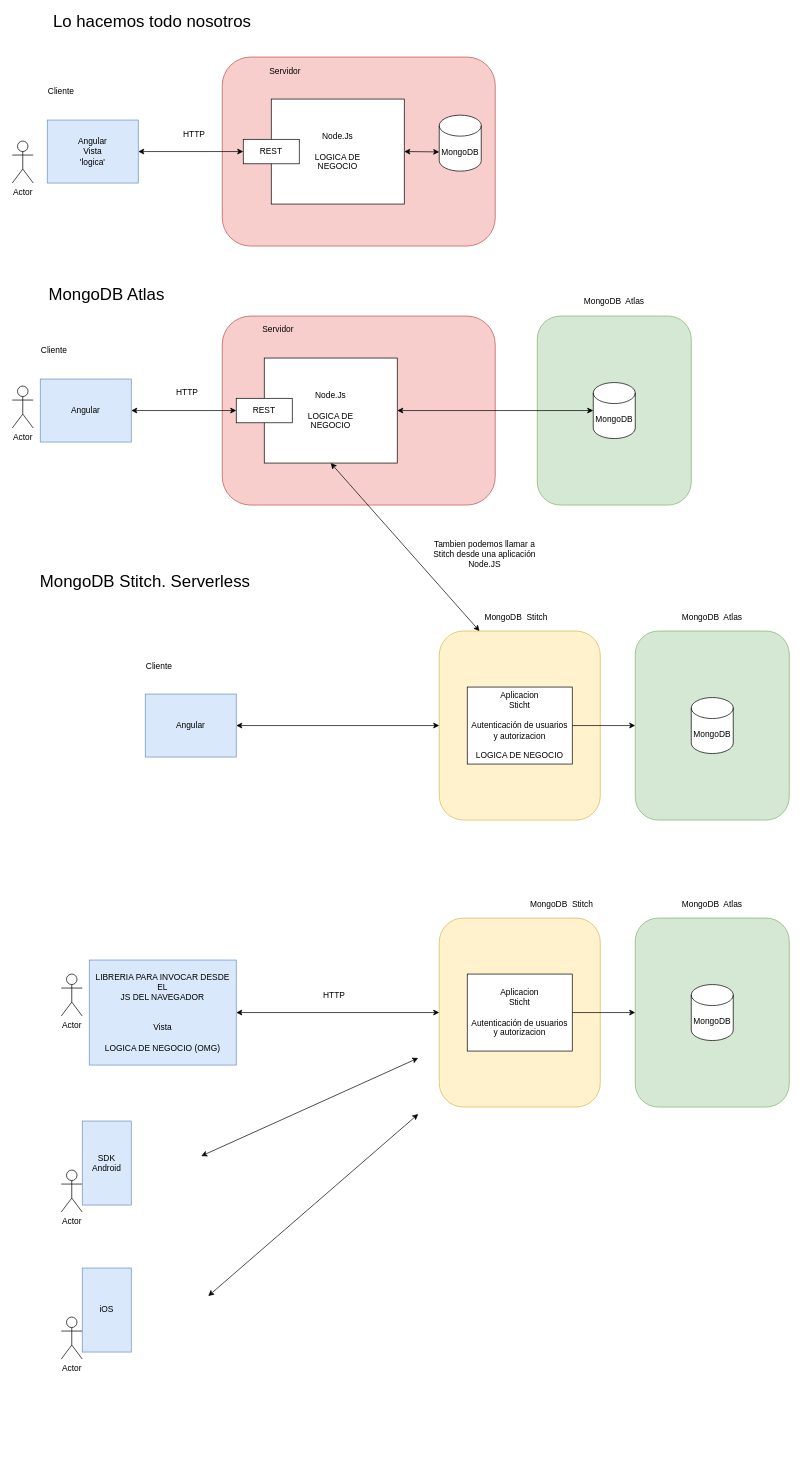
Before: page "MongoDB_Cloud" (60 of 65) of diagramas.drawio in almoril00/MEAN, a draw.io diagram. Source tidied: cells renumbered, new cells numbered last; positions are measured from the earlier drawing's top-left corner, leaving out a move shared by most shapes. Both pictures are drawn from the tidied source at 70%, with x=0, y=0 at pixel (12, 15).
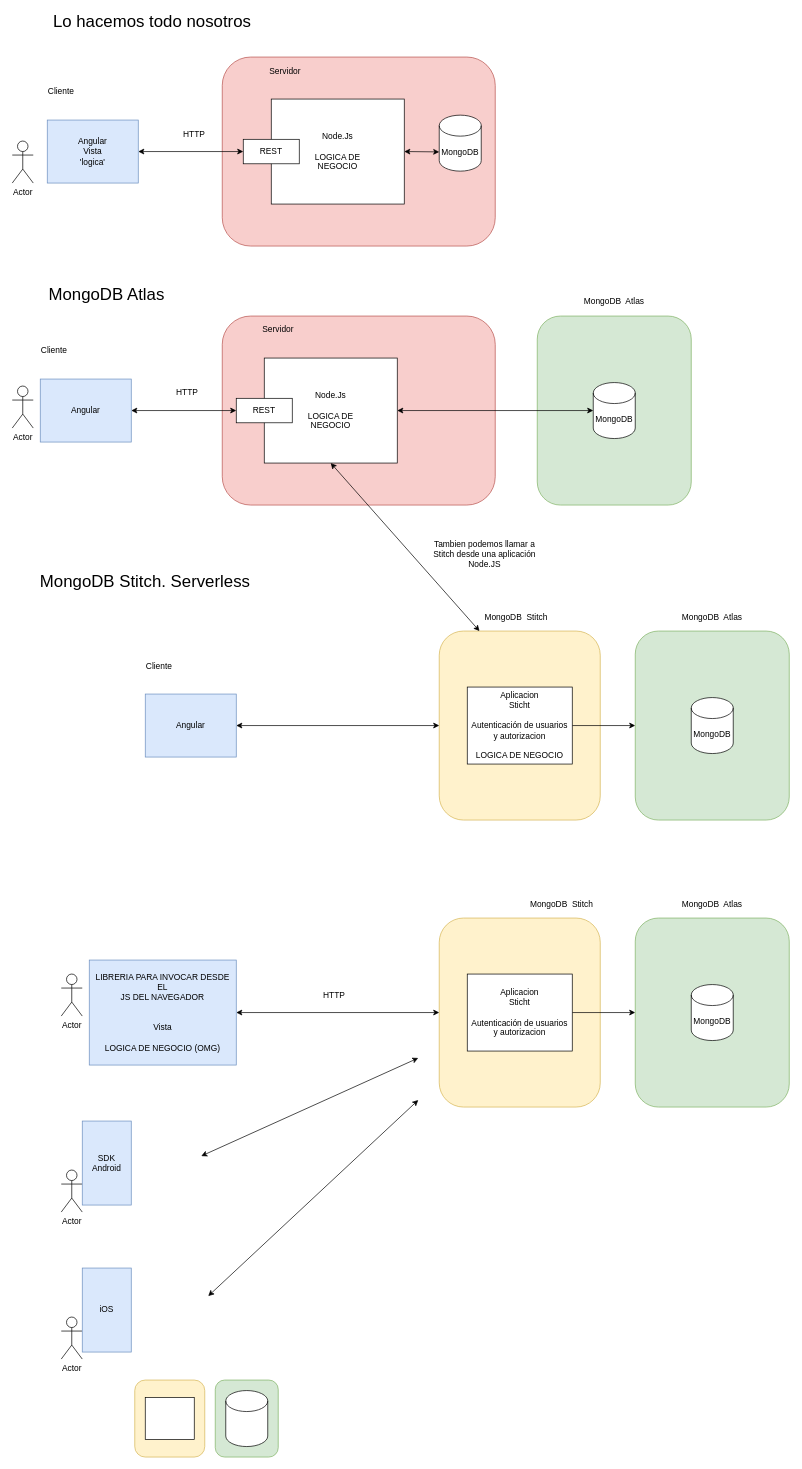
The same page after the edit.

What changed in the source:
```diff
@@
-    <mxCell id="49" style="endArrow=classic;startArrow=classic;html=1;strokeWidth=1;" parent="1" edge="1">
-      <mxGeometry relative="1" as="geometry">
-        <mxPoint x="280" y="1830" as="sourcePoint" />
-        <mxPoint x="580" y="1570" as="targetPoint" />
-      </mxGeometry>
-    </mxCell>
@@
+    <mxCell id="58" style="rounded=1;whiteSpace=wrap;html=1;fillColor=#fff2cc;strokeColor=#d6b656;" parent="1" vertex="1">
+      <mxGeometry x="175" y="1950" width="100" height="110" as="geometry" />
+    </mxCell>
+    <mxCell id="59" style="rounded=1;whiteSpace=wrap;html=1;fillColor=#d5e8d4;strokeColor=#82b366;" parent="1" vertex="1">
+      <mxGeometry x="290" y="1950" width="90" height="110" as="geometry" />
+    </mxCell>
+    <mxCell id="60" style="shape=cylinder3;whiteSpace=wrap;html=1;boundedLbl=1;backgroundOutline=1;size=15;" parent="1" vertex="1">
+      <mxGeometry x="305" y="1965" width="60" height="80" as="geometry" />
+    </mxCell>
+    <mxCell id="61" style="rounded=0;whiteSpace=wrap;html=1;" parent="1" vertex="1">
+      <mxGeometry x="190" y="1975" width="70" height="60" as="geometry" />
+    </mxCell>
+    <mxCell id="62" style="endArrow=classic;startArrow=classic;html=1;" parent="1" edge="1">
+      <mxGeometry relative="1" as="geometry">
+        <mxPoint x="280" y="1830" as="sourcePoint" />
+        <mxPoint x="580" y="1550" as="targetPoint" />
+      </mxGeometry>
+    </mxCell>
```
